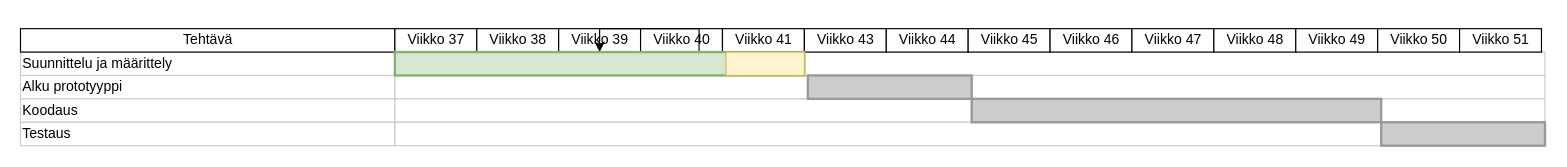
This is gant kavvivivivivv.drawio from Babushkavodka666/Projekti-S24, a draw.io file, before an edit. Source tidied: cells renumbered, new cells numbered last; positions are measured from the earlier drawing's top-left corner, leaving out a move shared by most shapes. Both pictures are drawn from the tidied source at 117%, with x=0, y=0 at pixel (20, 28).
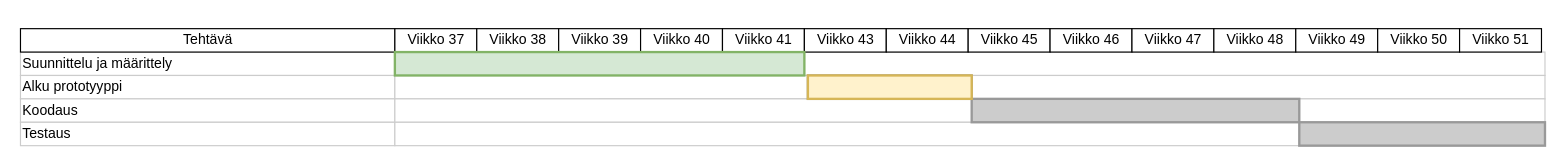
After the change.

Unchanged cells that the change refers to:
```xml
<mxCell id="13" value="Viikko 41" style="strokeWidth=1;fontStyle=0;html=1;" parent="1" vertex="1">
  <mxGeometry x="600" width="70" height="20" as="geometry" />
</mxCell>
<mxCell id="30" style="whiteSpace=wrap;html=1;strokeWidth=2;fillColor=#d5e8d4;fontSize=14;align=center;strokeColor=#82b366;" parent="1" vertex="1">
  <mxGeometry x="320" y="20" width="350" height="20" as="geometry" />
</mxCell>
```

The edit, as a diff of the source:
```diff
@@
     <mxCell id="25" style="whiteSpace=wrap;html=1;strokeWidth=2;fillColor=#CCCCCC;gradientColor=none;fontSize=14;align=center;strokeColor=#999999;" parent="1" vertex="1">
-      <mxGeometry x="813" y="60" width="350" height="20" as="geometry" />
+      <mxGeometry x="813" y="60" width="280" height="20" as="geometry" />
     </mxCell>
     <mxCell id="26" style="whiteSpace=wrap;html=1;strokeWidth=2;fillColor=#CCCCCC;gradientColor=none;fontSize=14;align=center;strokeColor=#999999;" parent="1" vertex="1">
-      <mxGeometry x="1163" y="80" width="140" height="20" as="geometry" />
+      <mxGeometry x="1093" y="80" width="210" height="20" as="geometry" />
     </mxCell>
@@
-    <mxCell id="29" style="edgeStyle=orthogonalEdgeStyle;rounded=0;jettySize=auto;html=1;" parent="1" edge="1" source="13" target="30">
-      <mxGeometry relative="1" as="geometry" />
-    </mxCell>
@@
-    <mxCell id="31" style="rounded=0;whiteSpace=wrap;html=1;fillColor=#fff2cc;strokeColor=#d6b656;" parent="1" vertex="1">
-      <mxGeometry x="603" y="20" width="67" height="20" as="geometry" />
-    </mxCell>
+    <mxCell id="32" style="whiteSpace=wrap;html=1;strokeWidth=2;fillColor=#fff2cc;fontSize=14;align=center;strokeColor=#d6b656;" parent="1" vertex="1">
+      <mxGeometry x="673" y="40" width="140" height="20" as="geometry" />
+    </mxCell>
```
